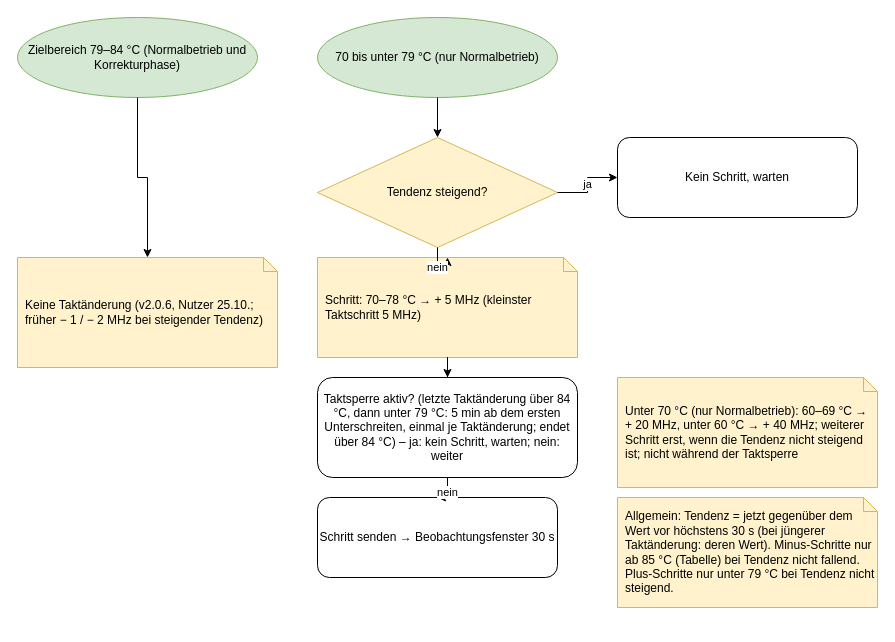
Above: page "3 Feinschritte" (3 of 8) of docs/claude/Regelungslogik-Luefter-Takt.drawio in lieferbaer/miner-sentinel (draw.io), before the change. Source tidied: cells renumbered, new cells numbered last; positions are measured from the earlier drawing's top-left corner, leaving out a move shared by most shapes. Both pictures are drawn from the tidied source at 100%, with x=0, y=0 at pixel (17, 17).
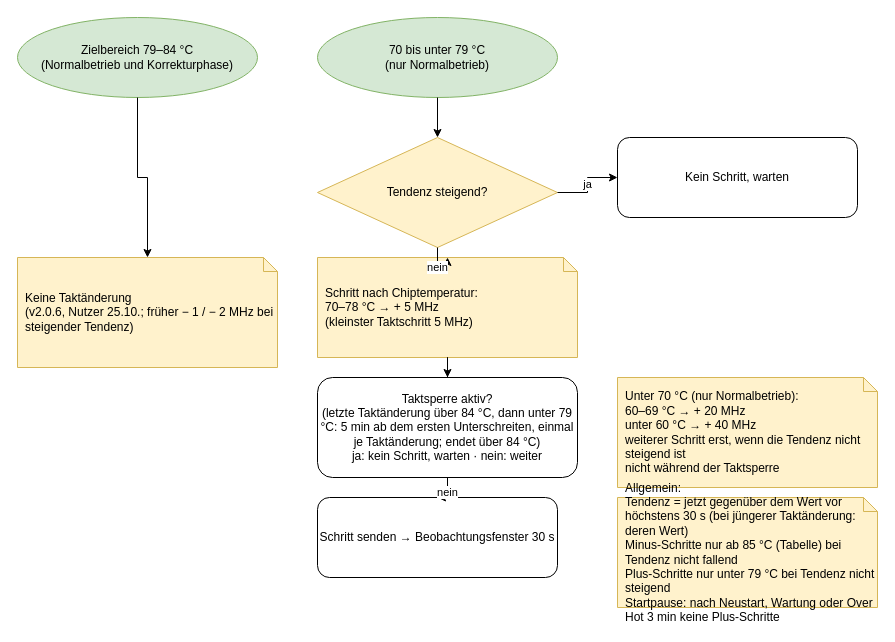
After the change.

Commit message (it also covers changes not shown here):
v2.0.7: Startpause nach kaltem Start, Diagramm-Umbrüche

Diff of the diagram source:
```diff
@@
 <mxGraphModel>
   <root>
     <mxCell id="0" />
     <mxCell id="1" parent="0" />
-    <mxCell id="2" value="Zielbereich 79–84 °C (Normalbetrieb und Korrekturphase)" style="ellipse;whiteSpace=wrap;html=1;fillColor=#d5e8d4;strokeColor=#82b366;" parent="1" vertex="1">
+    <mxCell id="2" value="Zielbereich 79–84 °C&lt;br&gt;(Normalbetrieb und Korrekturphase)" style="ellipse;whiteSpace=wrap;html=1;fillColor=#d5e8d4;strokeColor=#82b366;" parent="1" vertex="1">
       <mxGeometry width="240" height="80" as="geometry" />
     </mxCell>
-    <mxCell id="3" value="Keine Taktänderung (v2.0.6, Nutzer 25.10.; früher − 1 / − 2 MHz bei steigender Tendenz)" style="shape=note;whiteSpace=wrap;html=1;size=14;fillColor=#fff2cc;strokeColor=#d6b656;align=left;spacingLeft=6;" parent="1" vertex="1">
+    <mxCell id="3" value="Keine Taktänderung&lt;br&gt;(v2.0.6, Nutzer 25.10.; früher − 1 / − 2 MHz bei steigender Tendenz)" style="shape=note;whiteSpace=wrap;html=1;size=14;fillColor=#fff2cc;strokeColor=#d6b656;align=left;spacingLeft=6;" parent="1" vertex="1">
       <mxGeometry y="240" width="260" height="110" as="geometry" />
     </mxCell>
-    <mxCell id="4" value="70 bis unter 79 °C (nur Normalbetrieb)" style="ellipse;whiteSpace=wrap;html=1;fillColor=#d5e8d4;strokeColor=#82b366;" parent="1" vertex="1">
+    <mxCell id="4" value="70 bis unter 79 °C&lt;br&gt;(nur Normalbetrieb)" style="ellipse;whiteSpace=wrap;html=1;fillColor=#d5e8d4;strokeColor=#82b366;" parent="1" vertex="1">
       <mxGeometry x="300" width="240" height="80" as="geometry" />
     </mxCell>
     <mxCell id="5" value="Tendenz steigend?" style="rhombus;whiteSpace=wrap;html=1;fillColor=#fff2cc;strokeColor=#d6b656;" parent="1" vertex="1">
       <mxGeometry x="300" y="120" width="240" height="110" as="geometry" />
     </mxCell>
     <mxCell id="6" value="Kein Schritt, warten" style="rounded=1;whiteSpace=wrap;html=1;" parent="1" vertex="1">
       <mxGeometry x="600" y="120" width="240" height="80" as="geometry" />
     </mxCell>
-    <mxCell id="7" value="Schritt: 70–78 °C → + 5 MHz (kleinster Taktschritt 5 MHz)" style="shape=note;whiteSpace=wrap;html=1;size=14;fillColor=#fff2cc;strokeColor=#d6b656;align=left;spacingLeft=6;" parent="1" vertex="1">
+    <mxCell id="7" value="Schritt nach Chiptemperatur:&lt;br&gt;70–78 °C → + 5 MHz&lt;br&gt;(kleinster Taktschritt 5 MHz)" style="shape=note;whiteSpace=wrap;html=1;size=14;fillColor=#fff2cc;strokeColor=#d6b656;align=left;spacingLeft=6;" parent="1" vertex="1">
       <mxGeometry x="300" y="240" width="260" height="100" as="geometry" />
     </mxCell>
-    <mxCell id="8" value="Taktsperre aktiv? (letzte Taktänderung über 84 °C, dann unter 79 °C: 5 min ab dem ersten Unterschreiten, einmal je Taktänderung; endet über 84 °C) – ja: kein Schritt, warten; nein: weiter" style="rounded=1;whiteSpace=wrap;html=1;" parent="1" vertex="1">
+    <mxCell id="8" value="Taktsperre aktiv?&lt;br&gt;(letzte Taktänderung über 84 °C, dann unter 79 °C: 5 min ab dem ersten Unterschreiten, einmal je Taktänderung; endet über 84 °C)&lt;br&gt;ja: kein Schritt, warten · nein: weiter" style="rounded=1;whiteSpace=wrap;html=1;" parent="1" vertex="1">
       <mxGeometry x="300" y="360" width="260" height="100" as="geometry" />
     </mxCell>
     <mxCell id="9" value="Schritt senden → Beobachtungsfenster 30 s" style="rounded=1;whiteSpace=wrap;html=1;" parent="1" vertex="1">
       <mxGeometry x="300" y="480" width="240" height="80" as="geometry" />
     </mxCell>
-    <mxCell id="10" value="Unter 70 °C (nur Normalbetrieb): 60–69 °C → + 20 MHz, unter 60 °C → + 40 MHz; weiterer Schritt erst, wenn die Tendenz nicht steigend ist; nicht während der Taktsperre" style="shape=note;whiteSpace=wrap;html=1;size=14;fillColor=#fff2cc;strokeColor=#d6b656;align=left;spacingLeft=6;" parent="1" vertex="1">
+    <mxCell id="10" value="Unter 70 °C (nur Normalbetrieb):&lt;br&gt;60–69 °C → + 20 MHz&lt;br&gt;unter 60 °C → + 40 MHz&lt;br&gt;weiterer Schritt erst, wenn die Tendenz nicht steigend ist&lt;br&gt;nicht während der Taktsperre" style="shape=note;whiteSpace=wrap;html=1;size=14;fillColor=#fff2cc;strokeColor=#d6b656;align=left;spacingLeft=6;" parent="1" vertex="1">
       <mxGeometry x="600" y="360" width="260" height="110" as="geometry" />
     </mxCell>
-    <mxCell id="11" value="Allgemein: Tendenz = jetzt gegenüber dem Wert vor höchstens 30 s (bei jüngerer Taktänderung: deren Wert). Minus-Schritte nur ab 85 °C (Tabelle) bei Tendenz nicht fallend. Plus-Schritte nur unter 79 °C bei Tendenz nicht steigend." style="shape=note;whiteSpace=wrap;html=1;size=14;fillColor=#fff2cc;strokeColor=#d6b656;align=left;spacingLeft=6;" parent="1" vertex="1">
+    <mxCell id="11" value="Allgemein:&lt;br&gt;Tendenz = jetzt gegenüber dem Wert vor höchstens 30 s (bei jüngerer Taktänderung: deren Wert)&lt;br&gt;Minus-Schritte nur ab 85 °C (Tabelle) bei Tendenz nicht fallend&lt;br&gt;Plus-Schritte nur unter 79 °C bei Tendenz nicht steigend&lt;br&gt;Startpause: nach Neustart, Wartung oder Over Hot 3 min keine Plus-Schritte" style="shape=note;whiteSpace=wrap;html=1;size=14;fillColor=#fff2cc;strokeColor=#d6b656;align=left;spacingLeft=6;" parent="1" vertex="1">
       <mxGeometry x="600" y="480" width="260" height="110" as="geometry" />
     </mxCell>
     <mxCell id="12" style="edgeStyle=orthogonalEdgeStyle;rounded=0;jettySize=auto;html=1;" parent="1" edge="1" source="2" target="3">
       <mxGeometry relative="1" as="geometry" />
     </mxCell>
     <mxCell id="13" style="edgeStyle=orthogonalEdgeStyle;rounded=0;jettySize=auto;html=1;" parent="1" edge="1" source="4" target="5">
       <mxGeometry relative="1" as="geometry" />
     </mxCell>
     <mxCell id="14" value="ja" style="edgeStyle=orthogonalEdgeStyle;rounded=0;jettySize=auto;html=1;" parent="1" edge="1" source="5" target="6">
       <mxGeometry relative="1" as="geometry" />
     </mxCell>
     <mxCell id="15" value="nein" style="edgeStyle=orthogonalEdgeStyle;rounded=0;jettySize=auto;html=1;" parent="1" edge="1" source="5" target="7">
       <mxGeometry relative="1" as="geometry" />
     </mxCell>
     <mxCell id="16" style="edgeStyle=orthogonalEdgeStyle;rounded=0;jettySize=auto;html=1;" parent="1" edge="1" source="7" target="8">
       <mxGeometry relative="1" as="geometry" />
     </mxCell>
     <mxCell id="17" value="nein" style="edgeStyle=orthogonalEdgeStyle;rounded=0;jettySize=auto;html=1;" parent="1" edge="1" source="8" target="9">
       <mxGeometry relative="1" as="geometry" />
     </mxCell>
   </root>
 </mxGraphModel>
```
